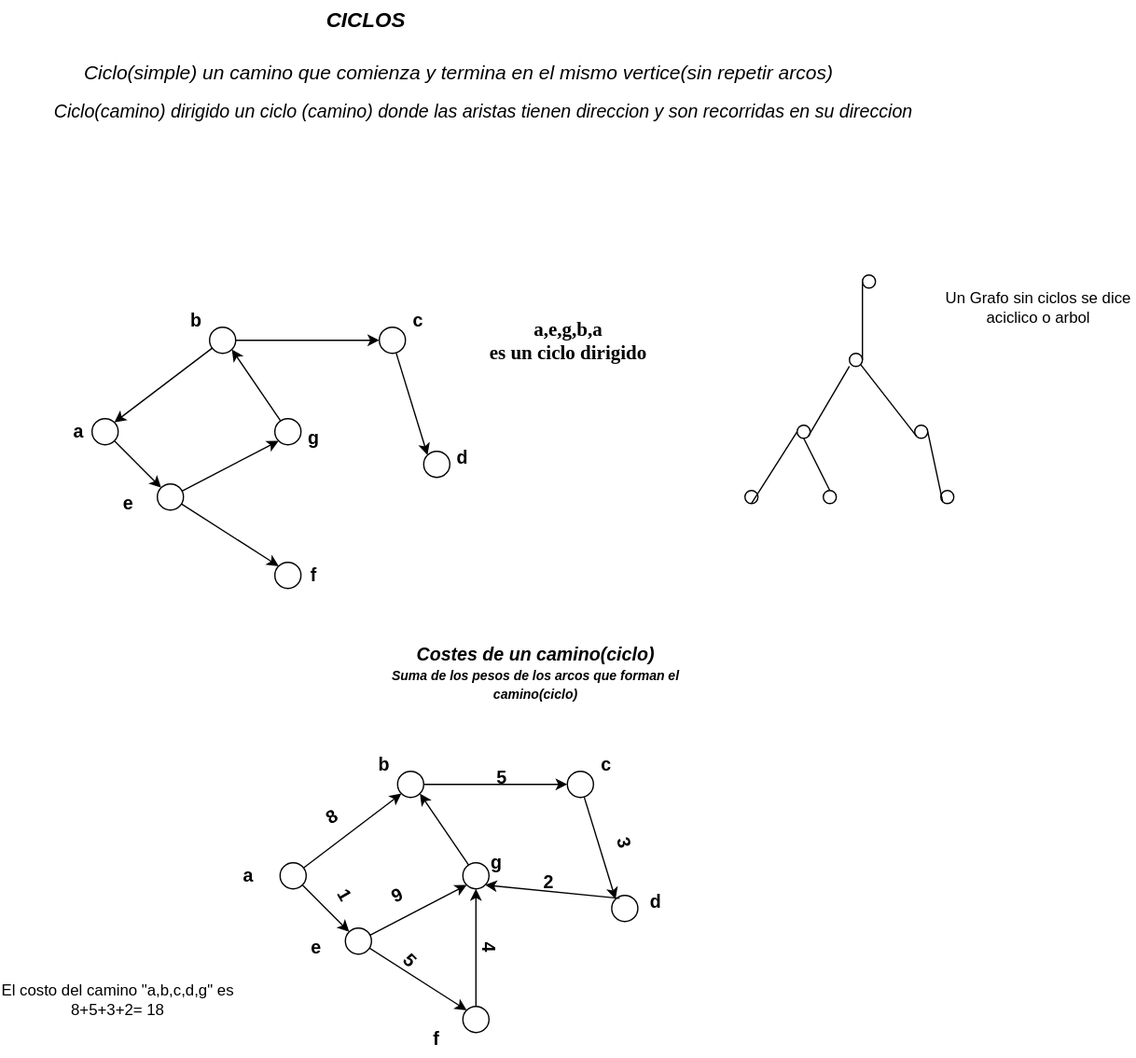
Nordcode-cyber/Algoritmos-Estructdatos keeps this draw.io diagram as Estructura-de-datos/Grafos/Ciclo.drawio.svg. Above is the earlier version. Source tidied: cells renumbered, new cells last; positions are measured from the earlier drawing's top-left corner, leaving out a move shared by most shapes.
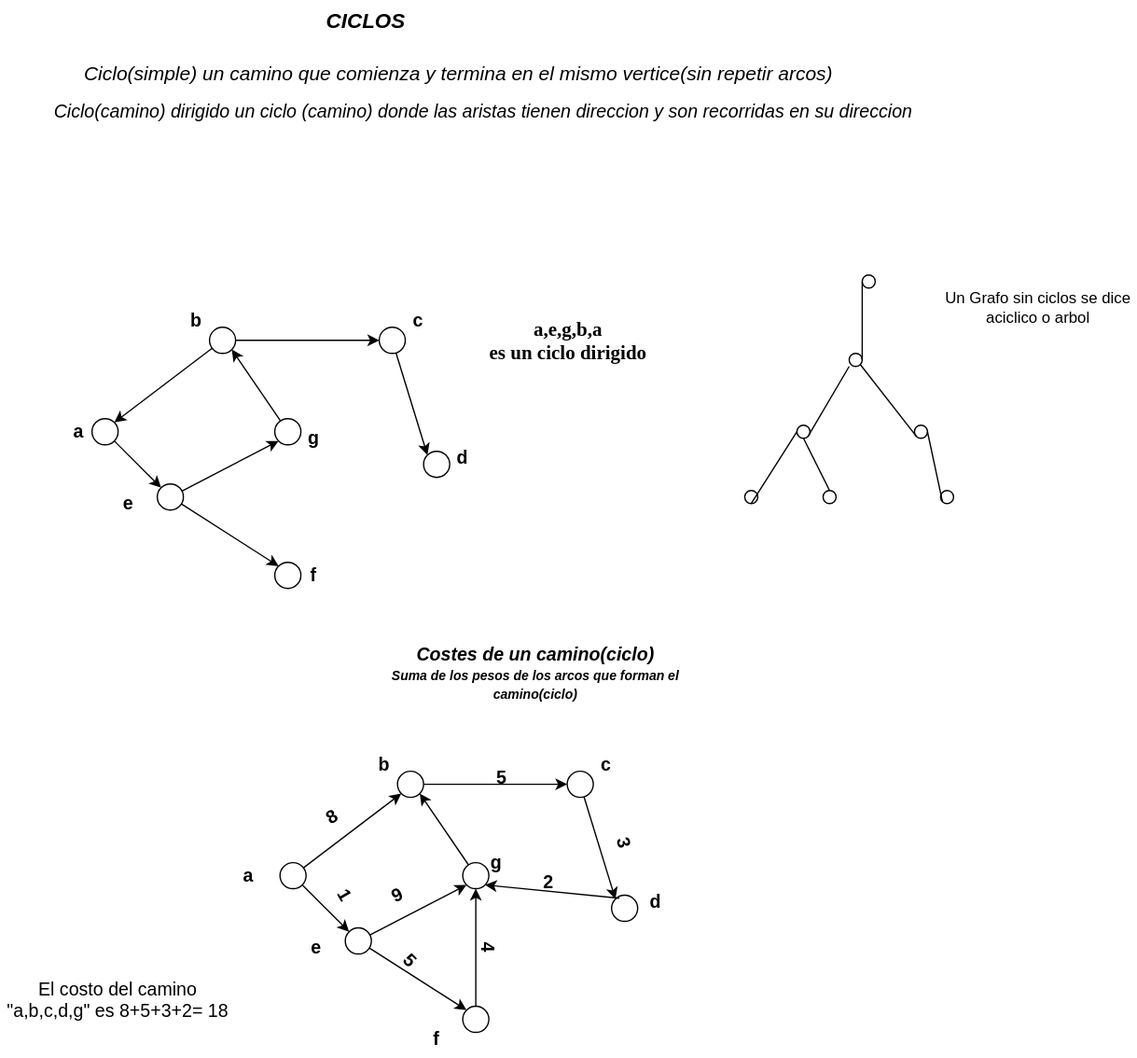
Above is the later version.

Change to the diagram source:
```diff
@@ -1,4 +1,4 @@
-<mxGraphModel>
+<mxGraphModel background="light-dark(#FFFFFF,#121212)">
   <root>
     <mxCell id="0" />
     <mxCell id="1" parent="0" />
@@ -211,7 +211,7 @@
     <mxCell id="70" value="&lt;b&gt;&lt;font style=&quot;font-size: 14px;&quot;&gt;4&lt;/font&gt;&lt;/b&gt;" style="text;html=1;align=center;verticalAlign=middle;whiteSpace=wrap;rounded=0;rotation=90;" parent="1" vertex="1">
       <mxGeometry x="344" y="710" width="60" height="30" as="geometry" />
     </mxCell>
-    <mxCell id="71" value="El costo del camino &quot;a,b,c,d,g&quot; es 8+5+3+2= 18" style="text;html=1;align=center;verticalAlign=middle;whiteSpace=wrap;rounded=0;" parent="1" vertex="1">
+    <mxCell id="71" value="&lt;font style=&quot;font-size: 14px;&quot;&gt;El costo del camino &quot;a,b,c,d,g&quot; es 8+5+3+2= 18&lt;/font&gt;" style="text;html=1;align=center;verticalAlign=middle;whiteSpace=wrap;rounded=0;" parent="1" vertex="1">
       <mxGeometry y="750" width="180" height="30" as="geometry" />
     </mxCell>
     <mxCell id="72" value="&lt;font style=&quot;font-size: 15px;&quot;&gt;&lt;i&gt;Ciclo(simple) un camino que comienza y termina en el mismo vertice(sin repetir arcos)&lt;/i&gt;&lt;/font&gt;" style="text;html=1;align=center;verticalAlign=middle;whiteSpace=wrap;rounded=0;" parent="1" vertex="1">
```
